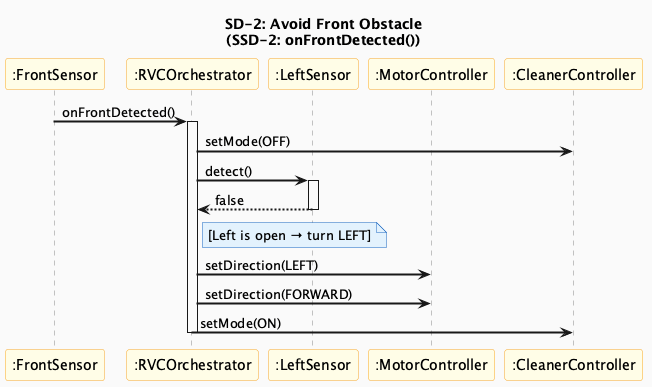
This is docs/vibe-coding/03-ood/images/SD2_AvoidFrontObstacle.png from OOP-konkuk/CICD-Team7, a PlantUML export, as it was before one commit.
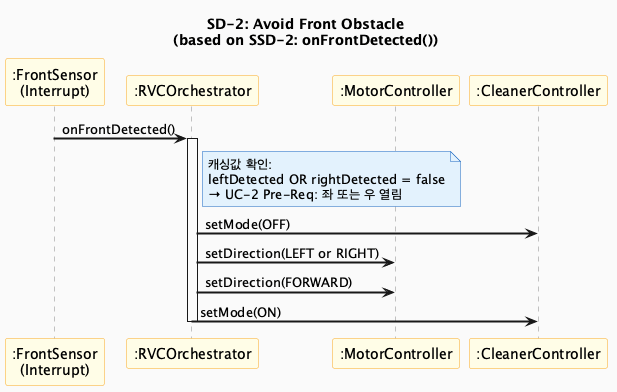
After the change.

Diff of the diagram source:
```diff
@@ -7,23 +7,22 @@
 skinparam noteBackgroundColor #E3F2FD
 skinparam noteBorderColor #1565C0
 
-title SD-2: Avoid Front Obstacle\n(SSD-2: onFrontDetected())
+title SD-2: Avoid Front Obstacle\n(based on SSD-2: onFrontDetected())
 
-participant ":FrontSensor" as FS
+participant ":FrontSensor\n(Interrupt)" as FS
 participant ":RVCOrchestrator" as Orch
-participant ":LeftSensor" as LS
 participant ":MotorController" as Motor
 participant ":CleanerController" as Cleaner
 
 FS -> Orch : onFrontDetected()
 activate Orch
+note right of Orch
+  캐싱값 확인:
+  leftDetected OR rightDetected = false
+  → UC-2 Pre-Req: 좌 또는 우 열림
+end note
 Orch -> Cleaner : setMode(OFF)
-Orch -> LS : detect()
-activate LS
-LS --> Orch : false
-deactivate LS
-note right of Orch : [Left is open → turn LEFT]
-Orch -> Motor : setDirection(LEFT)
+Orch -> Motor : setDirection(LEFT or RIGHT)
 Orch -> Motor : setDirection(FORWARD)
 Orch -> Cleaner : setMode(ON)
 deactivate Orch
```
